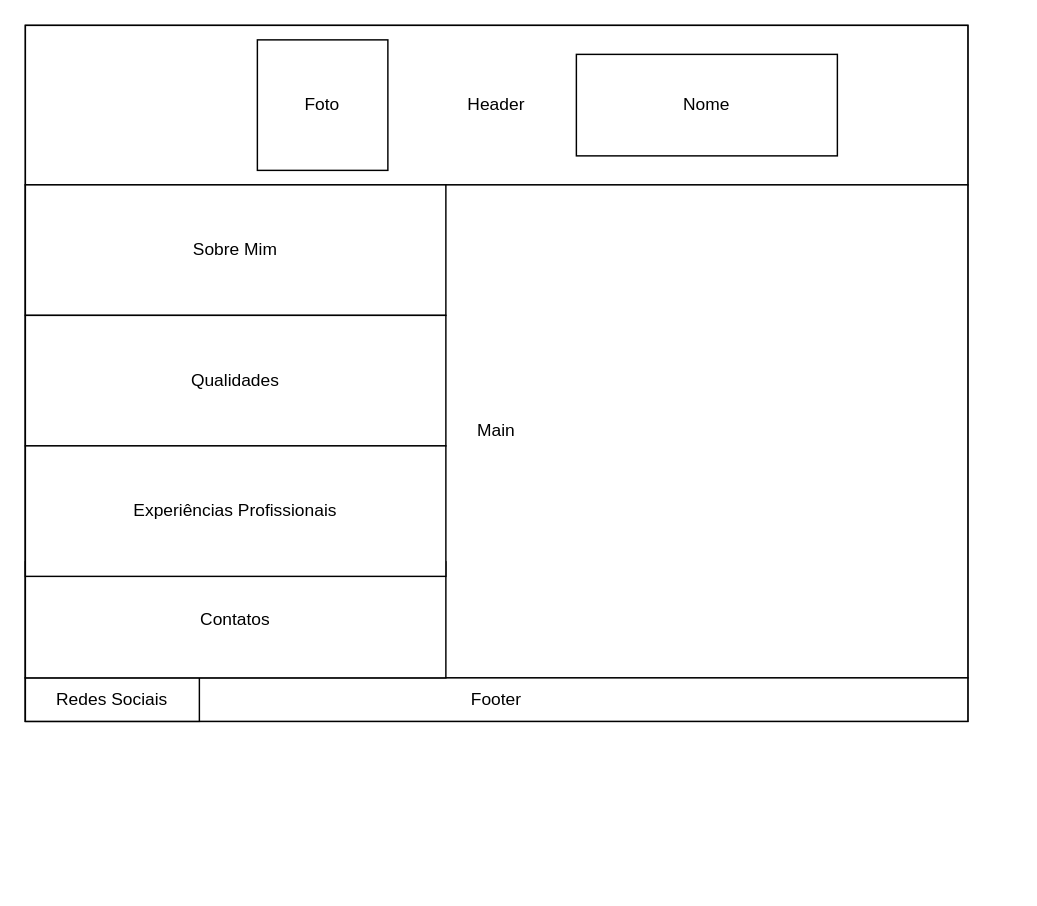
This is Wireframe.drawio from Clydeliz/Portfolio, a draw.io file, before an edit. Source tidied: cells renumbered, new cells numbered last; positions are measured from the earlier drawing's top-left corner, leaving out a move shared by most shapes. Both pictures are drawn from the tidied source at 145%, with x=0, y=0 at pixel (25, 25).
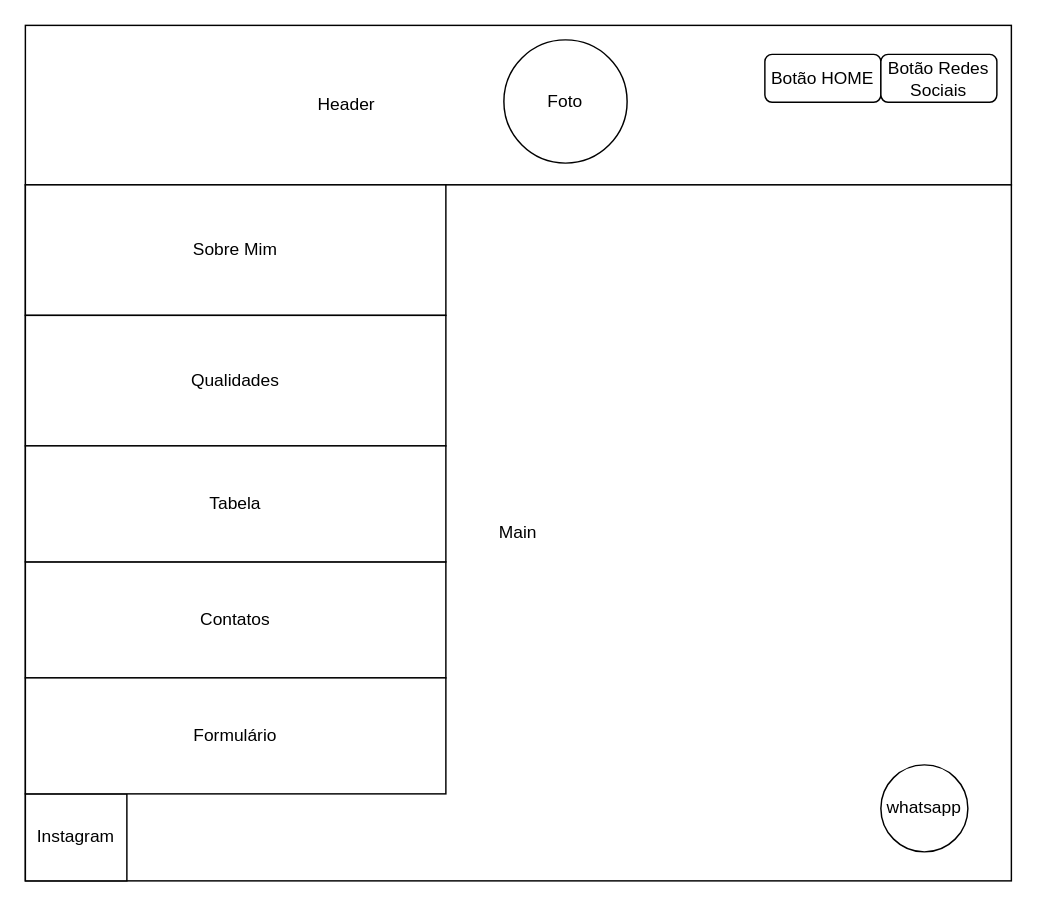
The same page after the edit.

Change to the diagram source:
```diff
@@
 <mxGraphModel>
   <root>
     <mxCell id="0" />
     <mxCell id="1" parent="0" />
-    <mxCell id="2" style="rounded=0;whiteSpace=wrap;html=1;" parent="1" vertex="1">
-      <mxGeometry width="650" height="480" as="geometry" />
-    </mxCell>
-    <mxCell id="3" value="Header" style="rounded=0;whiteSpace=wrap;html=1;" parent="1" vertex="1">
-      <mxGeometry width="650" height="110" as="geometry" />
+    <mxCell id="3" value="&lt;blockquote style=&quot;margin: 0 0 0 40px; border: none; padding: 0px;&quot;&gt;&lt;blockquote style=&quot;margin: 0 0 0 40px; border: none; padding: 0px;&quot;&gt;&lt;blockquote style=&quot;margin: 0 0 0 40px; border: none; padding: 0px;&quot;&gt;&lt;blockquote style=&quot;margin: 0 0 0 40px; border: none; padding: 0px;&quot;&gt;&lt;blockquote style=&quot;margin: 0 0 0 40px; border: none; padding: 0px;&quot;&gt;&lt;div style=&quot;&quot;&gt;&lt;span style=&quot;background-color: initial;&quot;&gt;Header&lt;/span&gt;&lt;/div&gt;&lt;/blockquote&gt;&lt;/blockquote&gt;&lt;/blockquote&gt;&lt;/blockquote&gt;&lt;/blockquote&gt;" style="rounded=0;whiteSpace=wrap;html=1;align=left;" parent="1" vertex="1">
+      <mxGeometry width="680" height="110" as="geometry" />
     </mxCell>
     <mxCell id="4" value="Main" style="rounded=0;whiteSpace=wrap;html=1;" parent="1" vertex="1">
-      <mxGeometry y="110" width="650" height="340" as="geometry" />
+      <mxGeometry y="110" width="680" height="480" as="geometry" />
     </mxCell>
-    <mxCell id="5" value="Footer" style="rounded=0;whiteSpace=wrap;html=1;" parent="1" vertex="1">
-      <mxGeometry y="450" width="650" height="30" as="geometry" />
-    </mxCell>
-    <mxCell id="6" value="Redes Sociais" style="rounded=0;whiteSpace=wrap;html=1;" parent="1" vertex="1">
-      <mxGeometry y="450" width="120" height="30" as="geometry" />
+    <mxCell id="6" value="Instagram" style="rounded=0;whiteSpace=wrap;html=1;" parent="1" vertex="1">
+      <mxGeometry y="530" width="70" height="60" as="geometry" />
     </mxCell>
     <mxCell id="7" value="Sobre Mim" style="rounded=0;whiteSpace=wrap;html=1;" parent="1" vertex="1">
       <mxGeometry y="110" width="290" height="90" as="geometry" />
     </mxCell>
     <mxCell id="8" value="Qualidades" style="rounded=0;whiteSpace=wrap;html=1;" parent="1" vertex="1">
       <mxGeometry y="200" width="290" height="90" as="geometry" />
     </mxCell>
     <mxCell id="9" value="Contatos" style="rounded=0;whiteSpace=wrap;html=1;" parent="1" vertex="1">
       <mxGeometry y="370" width="290" height="80" as="geometry" />
     </mxCell>
+    <mxCell id="11" value="Tabela" style="rounded=0;whiteSpace=wrap;html=1;" parent="1" vertex="1">
+      <mxGeometry y="290" width="290" height="80" as="geometry" />
+    </mxCell>
+    <mxCell id="13" value="whatsapp" style="ellipse;whiteSpace=wrap;html=1;" parent="1" vertex="1">
+      <mxGeometry x="590" y="510" width="60" height="60" as="geometry" />
+    </mxCell>
-    <mxCell id="10" value="Foto" style="whiteSpace=wrap;html=1;" parent="1" vertex="1">
-      <mxGeometry x="160" y="10" width="90" height="90" as="geometry" />
+    <mxCell id="10" value="Foto" style="ellipse;whiteSpace=wrap;html=1;" parent="1" vertex="1">
+      <mxGeometry x="330" y="10" width="85" height="85" as="geometry" />
     </mxCell>
-    <mxCell id="11" value="Experiências Profissionais" style="rounded=0;whiteSpace=wrap;html=1;" parent="1" vertex="1">
-      <mxGeometry y="290" width="290" height="90" as="geometry" />
-    </mxCell>
-    <mxCell id="12" value="Nome" style="rounded=0;whiteSpace=wrap;html=1;" parent="1" vertex="1">
-      <mxGeometry x="380" y="20" width="180" height="70" as="geometry" />
-    </mxCell>
+    <mxCell id="14" value="Botão HOME" style="rounded=1;whiteSpace=wrap;html=1;" parent="1" vertex="1">
+      <mxGeometry x="510" y="20" width="80" height="33" as="geometry" />
+    </mxCell>
+    <mxCell id="15" value="Botão Redes Sociais" style="rounded=1;whiteSpace=wrap;html=1;" parent="1" vertex="1">
+      <mxGeometry x="590" y="20" width="80" height="33" as="geometry" />
+    </mxCell>
+    <mxCell id="16" value="Formulário" style="rounded=0;whiteSpace=wrap;html=1;" parent="1" vertex="1">
+      <mxGeometry y="450" width="290" height="80" as="geometry" />
+    </mxCell>
   </root>
 </mxGraphModel>
```
